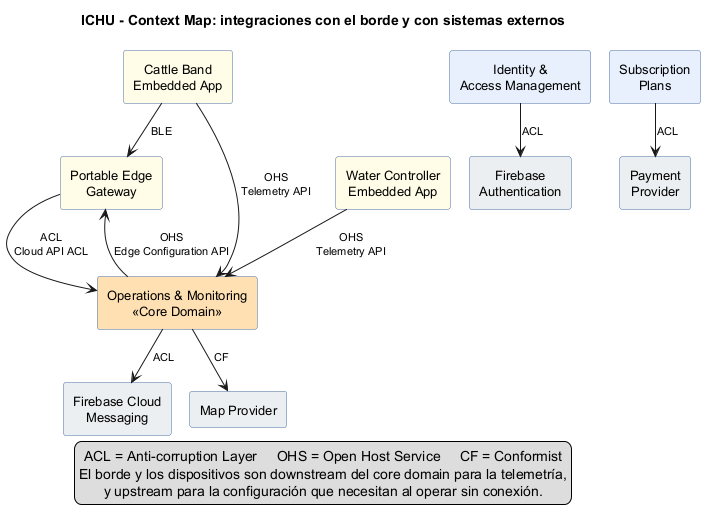
Above: report/assets/images/diagrams/context-map-external.png in five-smart-farm-creators/ichu-report (PlantUML), before the change.
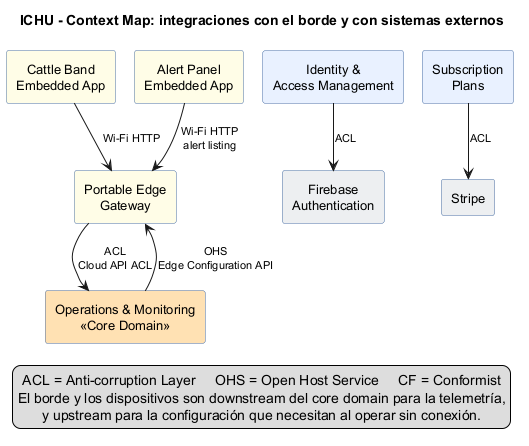
After the commit.

The edit, as a diff of the source:
```diff
@@ -11,26 +11,21 @@
 title ICHU - Context Map: integraciones con el borde y con sistemas externos
 
 rectangle "Cattle Band\nEmbedded App" as BAND #FFFDE7
-rectangle "Water Controller\nEmbedded App" as WATER #FFFDE7
 rectangle "Portable Edge\nGateway" as EDGE #FFFDE7
+rectangle "Alert Panel\nEmbedded App" as PANEL #FFFDE7
 
 rectangle "Operations & Monitoring\n<<Core Domain>>" as MON #FFE0B2
 rectangle "Identity &\nAccess Management" as IAM #E8F0FE
 rectangle "Subscription\nPlans" as SUB #E8F0FE
 
 rectangle "Firebase\nAuthentication" as FBA #ECEFF1
-rectangle "Firebase Cloud\nMessaging" as FCM #ECEFF1
-rectangle "Map Provider" as MAP #ECEFF1
-rectangle "Payment\nProvider" as PAY #ECEFF1
+rectangle "Stripe" as PAY #ECEFF1
 
-BAND -down-> EDGE : BLE
-BAND -down-> MON : OHS\nTelemetry API
-WATER -down-> MON : OHS\nTelemetry API
+BAND -down-> EDGE : Wi-Fi HTTP
+PANEL -down-> EDGE : Wi-Fi HTTP\nalert listing
 EDGE -down-> MON : ACL\nCloud API ACL
 MON -up-> EDGE : OHS\nEdge Configuration API
 
-MON -down-> FCM : ACL
-MON -down-> MAP : CF
 IAM -down-> FBA : ACL
 SUB -down-> PAY : ACL
 
```
